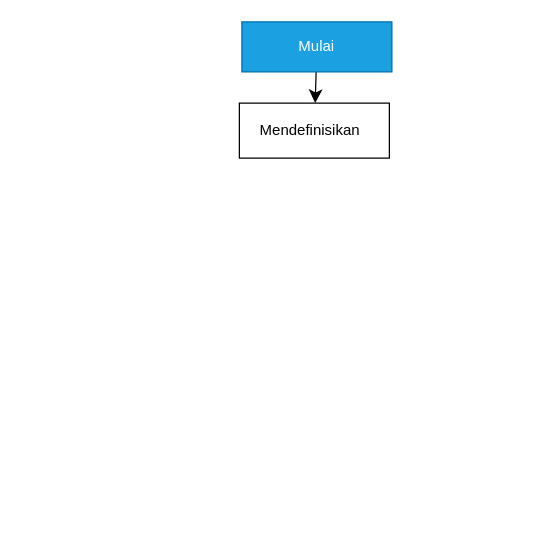
Earlier version of the draw.io diagram page "Hybrid" (2 of 4) of Arimax Thesis.drawio (Andiilla/draw-io). Source tidied: cells renumbered, new cells numbered last; positions are measured from the earlier drawing's top-left corner, leaving out a move shared by most shapes. Both pictures are drawn from the tidied source at 125%, with x=0, y=0 at pixel (239, 21).
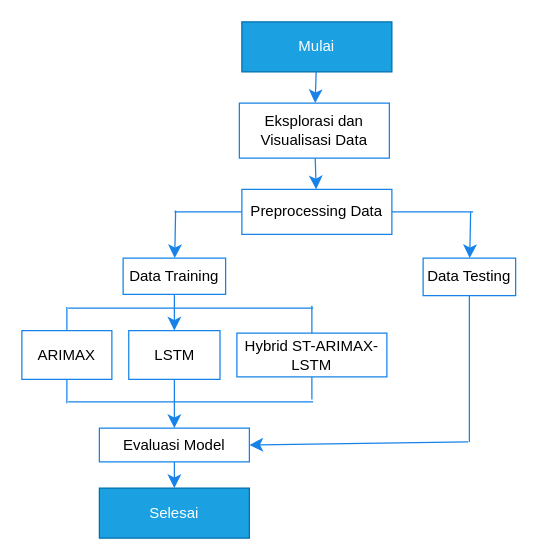
Above is the later version.

The change refers to these unchanged cells:
```xml
<mxCell id="3" value="Mulai" style="rounded=0;whiteSpace=wrap;html=1;fillColor=#1ba1e2;fontColor=#ffffff;strokeColor=#006EAF;" parent="1" vertex="1">
  <mxGeometry x="2" width="120" height="40" as="geometry" />
</mxCell>
```

The edit, as a diff of the source:
```diff
@@
-    <mxCell id="2" style="edgeStyle=none;curved=1;rounded=0;jettySize=auto;html=1;fontSize=12;startSize=8;endSize=8;" parent="1" edge="1" source="3" target="4">
+    <mxCell id="2" style="edgeStyle=none;curved=1;rounded=0;jettySize=auto;html=1;fontSize=12;startSize=8;endSize=8;strokeColor=#1783E8;" parent="1" edge="1" source="3" target="4">
       <mxGeometry relative="1" as="geometry" />
     </mxCell>
@@
+    <mxCell id="5" style="edgeStyle=none;curved=1;rounded=0;jettySize=auto;html=1;fontSize=12;startSize=8;endSize=8;strokeColor=#1783E8;" parent="1" edge="1" source="4" target="6">
+      <mxGeometry relative="1" as="geometry" />
+    </mxCell>
-    <mxCell id="4" value="&lt;span style=&quot;white-space: normal;&quot;&gt;Mendefinisikan&amp;nbsp;&amp;nbsp;&lt;/span&gt;" style="rounded=0;whiteSpace=wrap;html=1;" parent="1" vertex="1">
+    <mxCell id="4" value="&lt;span style=&quot;white-space: normal;&quot;&gt;Eksplorasi dan Visualisasi Data&lt;/span&gt;" style="rounded=0;whiteSpace=wrap;html=1;strokeColor=#1783E8;" parent="1" vertex="1">
       <mxGeometry y="65" width="120" height="44" as="geometry" />
     </mxCell>
+    <mxCell id="6" value="Preprocessing Data" style="whiteSpace=wrap;html=1;rounded=0;strokeColor=#1783E8;" parent="1" vertex="1">
+      <mxGeometry x="2" y="134" width="120" height="36" as="geometry" />
+    </mxCell>
+    <mxCell id="7" style="endArrow=none;html=1;rounded=0;fontSize=12;startSize=8;endSize=8;curved=1;exitX=0;exitY=0.5;exitDx=0;exitDy=0;strokeColor=#1783E8;" parent="1" edge="1" source="6">
+      <mxGeometry relative="1" as="geometry">
+        <mxPoint x="-52" y="152" as="targetPoint" />
+      </mxGeometry>
+    </mxCell>
+    <mxCell id="8" style="endArrow=classic;html=1;rounded=0;fontSize=12;startSize=8;endSize=8;curved=1;strokeColor=#1783E8;" parent="1" edge="1" target="10">
+      <mxGeometry relative="1" as="geometry">
+        <mxPoint x="-51" y="151" as="sourcePoint" />
+      </mxGeometry>
+    </mxCell>
+    <mxCell id="9" style="edgeStyle=none;curved=1;rounded=0;jettySize=auto;html=1;fontSize=12;startSize=8;endSize=8;strokeColor=#1783E8;" parent="1" edge="1" source="10" target="15">
+      <mxGeometry relative="1" as="geometry" />
+    </mxCell>
+    <mxCell id="10" value="Data Training" style="rounded=0;whiteSpace=wrap;html=1;strokeColor=#1783E8;" parent="1" vertex="1">
+      <mxGeometry x="-93" y="189" width="82" height="29" as="geometry" />
+    </mxCell>
+    <mxCell id="11" style="endArrow=none;html=1;rounded=0;fontSize=12;startSize=8;endSize=8;curved=1;entryX=1;entryY=0.5;entryDx=0;entryDy=0;strokeColor=#1783E8;" parent="1" edge="1" target="6">
+      <mxGeometry relative="1" as="geometry">
+        <mxPoint x="187" y="152" as="sourcePoint" />
+      </mxGeometry>
+    </mxCell>
+    <mxCell id="12" style="endArrow=classic;html=1;rounded=0;fontSize=12;startSize=8;endSize=8;curved=1;strokeColor=#1783E8;" parent="1" edge="1" target="13">
+      <mxGeometry relative="1" as="geometry">
+        <mxPoint x="185" y="152" as="sourcePoint" />
+      </mxGeometry>
+    </mxCell>
+    <mxCell id="13" value="Data Testing" style="rounded=0;whiteSpace=wrap;html=1;strokeColor=#1783E8;" parent="1" vertex="1">
+      <mxGeometry x="147" y="189" width="74" height="30" as="geometry" />
+    </mxCell>
+    <mxCell id="14" style="edgeStyle=none;curved=1;rounded=0;jettySize=auto;html=1;fontSize=12;startSize=8;endSize=8;strokeColor=#1783E8;" parent="1" edge="1" source="15" target="19">
+      <mxGeometry relative="1" as="geometry" />
+    </mxCell>
+    <mxCell id="15" value="LSTM" style="rounded=0;whiteSpace=wrap;html=1;strokeColor=#1783E8;" parent="1" vertex="1">
+      <mxGeometry x="-88.5" y="247" width="73" height="39" as="geometry" />
+    </mxCell>
+    <mxCell id="16" value="Hybrid ST-ARIMAX-LSTM" style="rounded=0;whiteSpace=wrap;html=1;strokeColor=#1783E8;" parent="1" vertex="1">
+      <mxGeometry x="-2" y="249" width="120" height="35" as="geometry" />
+    </mxCell>
+    <mxCell id="17" value="ARIMAX" style="rounded=0;whiteSpace=wrap;html=1;strokeColor=#1783E8;" parent="1" vertex="1">
+      <mxGeometry x="-174" y="247" width="72" height="39" as="geometry" />
+    </mxCell>
+    <mxCell id="18" style="edgeStyle=none;curved=1;rounded=0;jettySize=auto;html=1;fontSize=12;startSize=8;endSize=8;entryX=0.5;entryY=0;entryDx=0;entryDy=0;strokeColor=#1783E8;" parent="1" edge="1" source="19" target="28">
+      <mxGeometry relative="1" as="geometry" />
+    </mxCell>
+    <mxCell id="19" value="Evaluasi Model" style="rounded=0;whiteSpace=wrap;html=1;strokeColor=#1783E8;" parent="1" vertex="1">
+      <mxGeometry x="-112" y="325" width="120" height="27" as="geometry" />
+    </mxCell>
+    <mxCell id="20" style="endArrow=none;html=1;rounded=0;fontSize=12;startSize=8;endSize=8;curved=1;entryX=0.5;entryY=1;entryDx=0;entryDy=0;strokeColor=#1783E8;" parent="1" edge="1" target="13">
+      <mxGeometry relative="1" as="geometry">
+        <mxPoint x="184" y="336" as="sourcePoint" />
+      </mxGeometry>
+    </mxCell>
+    <mxCell id="21" style="endArrow=classic;html=1;rounded=0;fontSize=12;startSize=8;endSize=8;curved=1;entryX=1;entryY=0.5;entryDx=0;entryDy=0;strokeColor=#1783E8;" parent="1" edge="1" target="19">
+      <mxGeometry relative="1" as="geometry">
+        <mxPoint x="183" y="336" as="sourcePoint" />
+      </mxGeometry>
+    </mxCell>
+    <mxCell id="22" style="endArrow=none;html=1;rounded=0;fontSize=12;startSize=8;endSize=8;curved=1;exitX=0.5;exitY=0;exitDx=0;exitDy=0;strokeColor=#1783E8;" parent="1" edge="1" source="17">
+      <mxGeometry relative="1" as="geometry">
+        <mxPoint x="-138" y="228" as="targetPoint" />
+      </mxGeometry>
+    </mxCell>
+    <mxCell id="23" style="endArrow=none;html=1;rounded=0;fontSize=12;startSize=8;endSize=8;curved=1;exitX=0.5;exitY=1;exitDx=0;exitDy=0;strokeColor=#1783E8;" parent="1" edge="1" source="17">
+      <mxGeometry relative="1" as="geometry">
+        <mxPoint x="-138" y="305" as="targetPoint" />
+      </mxGeometry>
+    </mxCell>
+    <mxCell id="24" style="endArrow=none;html=1;rounded=0;fontSize=12;startSize=8;endSize=8;curved=1;entryX=0.5;entryY=0;entryDx=0;entryDy=0;strokeColor=#1783E8;" parent="1" edge="1" target="16">
+      <mxGeometry relative="1" as="geometry">
+        <mxPoint x="58" y="227" as="sourcePoint" />
+      </mxGeometry>
+    </mxCell>
+    <mxCell id="25" style="endArrow=none;html=1;rounded=0;fontSize=12;startSize=8;endSize=8;curved=1;exitX=0.5;exitY=1;exitDx=0;exitDy=0;strokeColor=#1783E8;" parent="1" edge="1" source="16">
+      <mxGeometry relative="1" as="geometry">
+        <mxPoint x="58" y="302" as="targetPoint" />
+      </mxGeometry>
+    </mxCell>
+    <mxCell id="26" style="endArrow=none;html=1;rounded=0;fontSize=12;startSize=8;endSize=8;curved=1;strokeColor=#1783E8;" parent="1" edge="1">
+      <mxGeometry relative="1" as="geometry">
+        <mxPoint x="-137" y="229" as="sourcePoint" />
+        <mxPoint x="59" y="229" as="targetPoint" />
+      </mxGeometry>
+    </mxCell>
+    <mxCell id="27" style="endArrow=none;html=1;rounded=0;fontSize=12;startSize=8;endSize=8;curved=1;strokeColor=#1783E8;" parent="1" edge="1">
+      <mxGeometry relative="1" as="geometry">
+        <mxPoint x="-137" y="304" as="sourcePoint" />
+        <mxPoint x="59" y="304" as="targetPoint" />
+      </mxGeometry>
+    </mxCell>
+    <mxCell id="28" value="Selesai" style="rounded=0;whiteSpace=wrap;html=1;fillColor=#1ba1e2;fontColor=#ffffff;strokeColor=#006EAF;" parent="1" vertex="1">
+      <mxGeometry x="-112" y="373" width="120" height="40" as="geometry" />
+    </mxCell>
```
